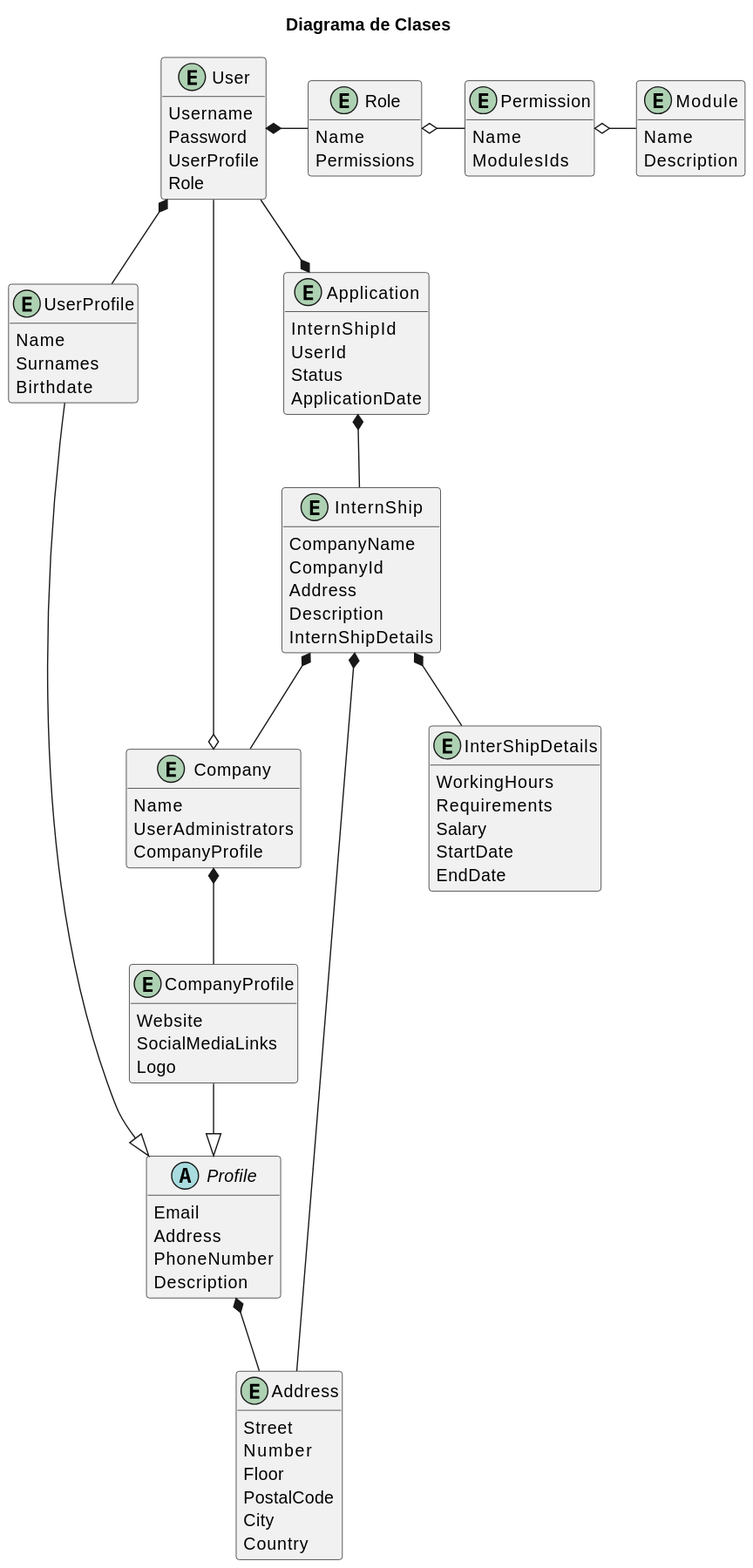
Above: docs/diseño/modelo_de_dominio/clases/clases.svg in JuanTocaB/InternLink (PlantUML), before the change. Source of this version:
```plantuml
@startuml
title Diagrama de Clases

skinparam backgroundColor white
skinparam defaultFontName Arial

hide empty members

entity User
{
    Username
    Password
    UserProfile
    Role
}

entity Company{
    Name
    UserAdministrators
    CompanyProfile
}

entity CompanyProfile{
    Website
    SocialMediaLinks
    Logo
}

abstract Profile{
    Email
    Address
    PhoneNumber
    Description
}

entity UserProfile{
    Name
    Surnames
    Birthdate
}

entity Address{
    Street
    Number
    Floor
    PostalCode
    City
    Country
}

entity Role{
    Name
    Permissions
}

entity Permission{
    Name
    ModulesIds
}

entity Module{
    Name
    Description
}

entity InternShip{
    CompanyName
    CompanyId
    Address
    Description
    InternShipDetails
}

entity InterShipDetails{
    WorkingHours
    Requirements
    Salary
    StartDate
    EndDate
}

entity Application {
    InternShipId
    UserId
    Status
    ApplicationDate
}

User *- Role
User *- UserProfile
Role o- Permission
Permission o- Module

Company o-right- User
Company *-down- CompanyProfile

CompanyProfile --|> Profile
UserProfile --|> Profile
Profile *-- Address

InternShip *-- InterShipDetails
InternShip *-- Company
InternShip *-- Address

Application *-- InternShip
Application *-up- User
@enduml
```
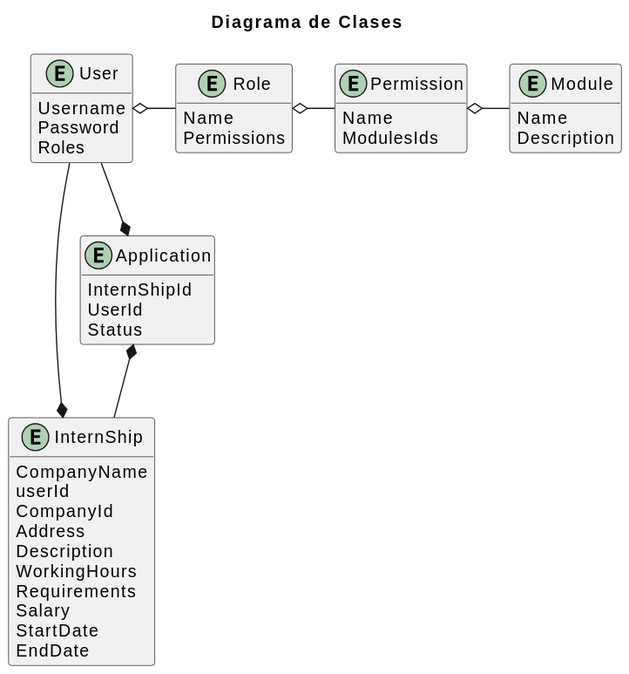
After the change.

Commit message:
Agregar documentación sobre la arquitectura del sistema y diagrama de clases

Diff of the diagram source:
```diff
@@ -10,42 +10,7 @@
 {
     Username
     Password
-    UserProfile
-    Role
-}
-
-entity Company{
-    Name
-    UserAdministrators
-    CompanyProfile
-}
-
-entity CompanyProfile{
-    Website
-    SocialMediaLinks
-    Logo
-}
-
-abstract Profile{
-    Email
-    Address
-    PhoneNumber
-    Description
-}
-
-entity UserProfile{
-    Name
-    Surnames
-    Birthdate
-}
-
-entity Address{
-    Street
-    Number
-    Floor
-    PostalCode
-    City
-    Country
+    Roles
 }
 
 entity Role{
@@ -65,13 +30,10 @@
 
 entity InternShip{
     CompanyName
+    userId
     CompanyId
     Address
     Description
-    InternShipDetails
-}
-
-entity InterShipDetails{
     WorkingHours
     Requirements
     Salary
@@ -83,25 +45,14 @@
     InternShipId
     UserId
     Status
-    ApplicationDate
 }
 
-User *- Role
-User *- UserProfile
+User o- Role
 Role o- Permission
 Permission o- Module
 
-Company o-right- User
-Company *-down- CompanyProfile
-
-CompanyProfile --|> Profile
-UserProfile --|> Profile
-Profile *-- Address
-
-InternShip *-- InterShipDetails
-InternShip *-- Company
-InternShip *-- Address
-
 Application *-- InternShip
 Application *-up- User
+
+InternShip *-up- User
 @enduml
```
